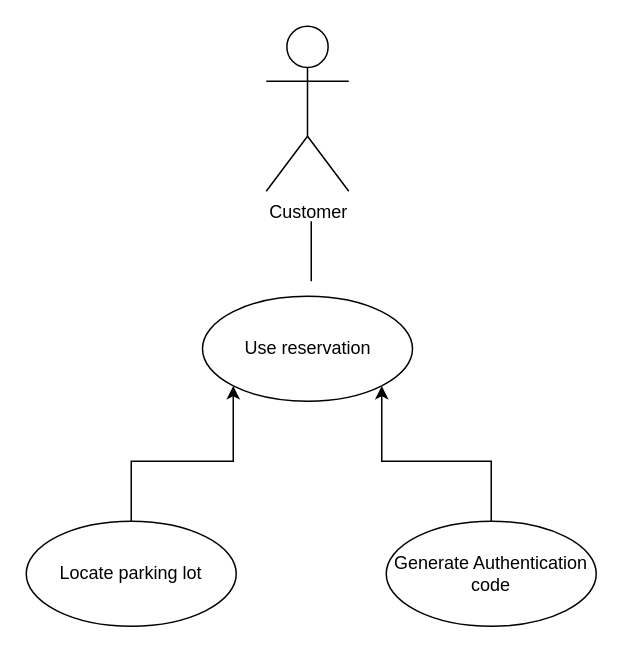
Above: docs/Use_Case_Diagrams/Use_Reservation.drawio in lexykj/TheDjinns-Group10 (draw.io), before the change. Source tidied: cells renumbered, new cells numbered last; positions are measured from the earlier drawing's top-left corner, leaving out a move shared by most shapes. Both pictures are drawn from the tidied source at 150%, with x=0, y=0 at pixel (26, 26).
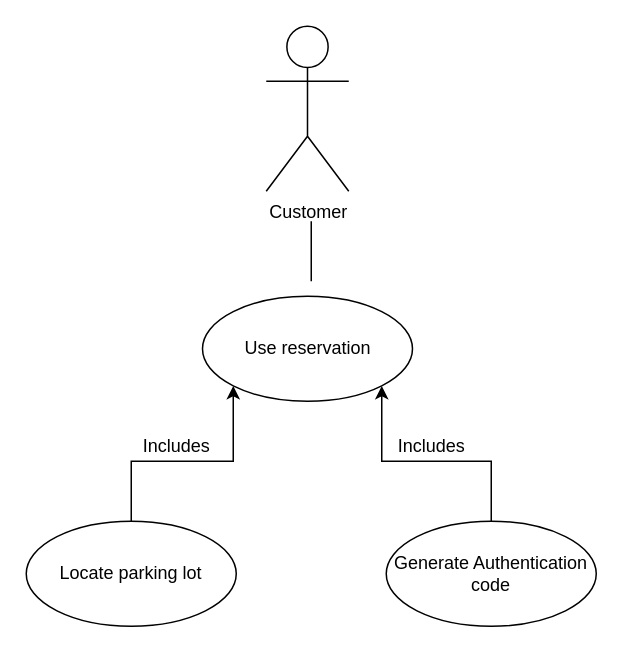
The same page after the edit.

What changed in the source:
```diff
@@
 <mxGraphModel>
   <root>
     <mxCell id="0" />
     <mxCell id="1" parent="0" />
     <mxCell id="2" value="Customer" style="shape=umlActor;verticalLabelPosition=bottom;verticalAlign=top;html=1;" parent="1" vertex="1">
       <mxGeometry x="160" width="55" height="110" as="geometry" />
     </mxCell>
     <mxCell id="3" value="Use reservation" style="ellipse;whiteSpace=wrap;html=1;" parent="1" vertex="1">
       <mxGeometry x="117.5" y="180" width="140" height="70" as="geometry" />
     </mxCell>
     <mxCell id="4" style="edgeStyle=orthogonalEdgeStyle;rounded=0;jettySize=auto;html=1;exitX=0.5;exitY=0;exitDx=0;exitDy=0;entryX=0;entryY=1;entryDx=0;entryDy=0;" parent="1" edge="1" source="5" target="3">
       <mxGeometry relative="1" as="geometry" />
     </mxCell>
     <mxCell id="5" value="Locate parking lot" style="ellipse;whiteSpace=wrap;html=1;" parent="1" vertex="1">
       <mxGeometry y="330" width="140" height="70" as="geometry" />
     </mxCell>
     <mxCell id="6" style="edgeStyle=orthogonalEdgeStyle;rounded=0;jettySize=auto;html=1;exitX=0.5;exitY=0;exitDx=0;exitDy=0;entryX=1;entryY=1;entryDx=0;entryDy=0;" parent="1" edge="1" source="7" target="3">
       <mxGeometry relative="1" as="geometry" />
     </mxCell>
     <mxCell id="7" value="Generate Authentication code" style="ellipse;whiteSpace=wrap;html=1;" parent="1" vertex="1">
       <mxGeometry x="240" y="330" width="140" height="70" as="geometry" />
     </mxCell>
     <mxCell id="8" style="endArrow=none;html=1;" parent="1" edge="1">
       <mxGeometry relative="1" as="geometry">
         <mxPoint x="190" y="170" as="sourcePoint" />
         <mxPoint x="190" y="130" as="targetPoint" />
       </mxGeometry>
     </mxCell>
+    <mxCell id="9" value="Includes" style="text;html=1;align=center;verticalAlign=middle;" parent="1" vertex="1">
+      <mxGeometry x="70" y="270" width="60" height="20" as="geometry" />
+    </mxCell>
+    <mxCell id="10" value="Includes" style="text;html=1;align=center;verticalAlign=middle;" parent="1" vertex="1">
+      <mxGeometry x="240" y="270" width="60" height="20" as="geometry" />
+    </mxCell>
   </root>
 </mxGraphModel>
```
